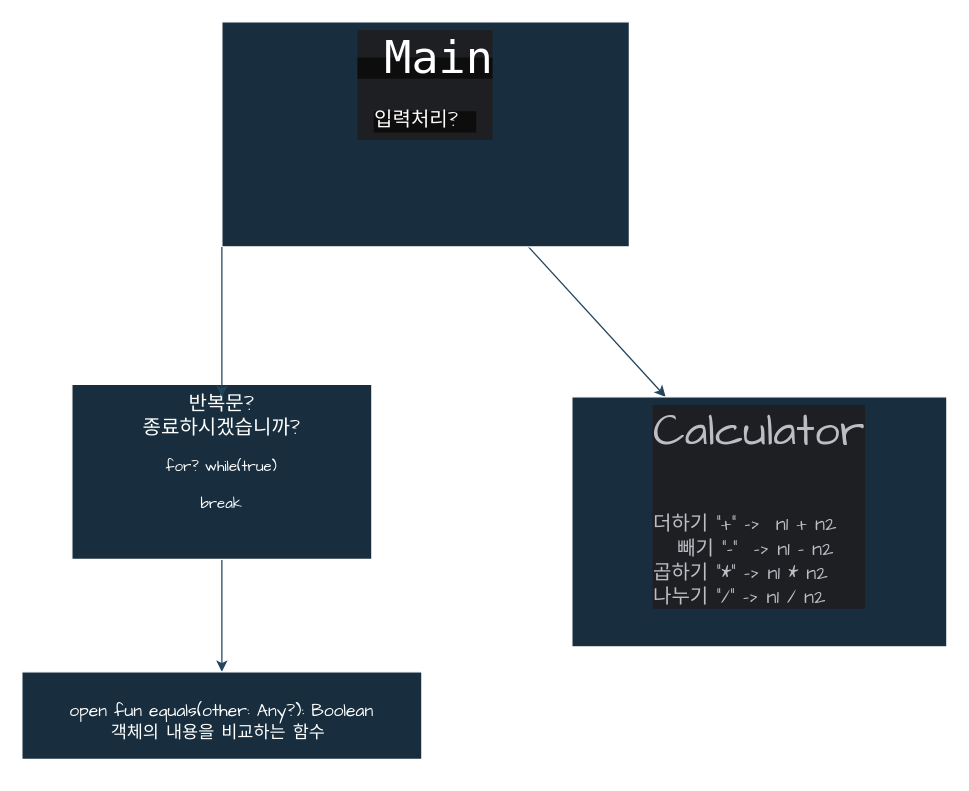
This is 제목 없는 다이어그램.drawio from DanDanjoo/Kotlin-Git, a draw.io file, before an edit. Source tidied: cells renumbered, new cells numbered last; positions are measured from the earlier drawing's top-left corner, leaving out a move shared by most shapes. Both pictures are drawn from the tidied source at 125%, with x=0, y=0 at pixel (21, 21).
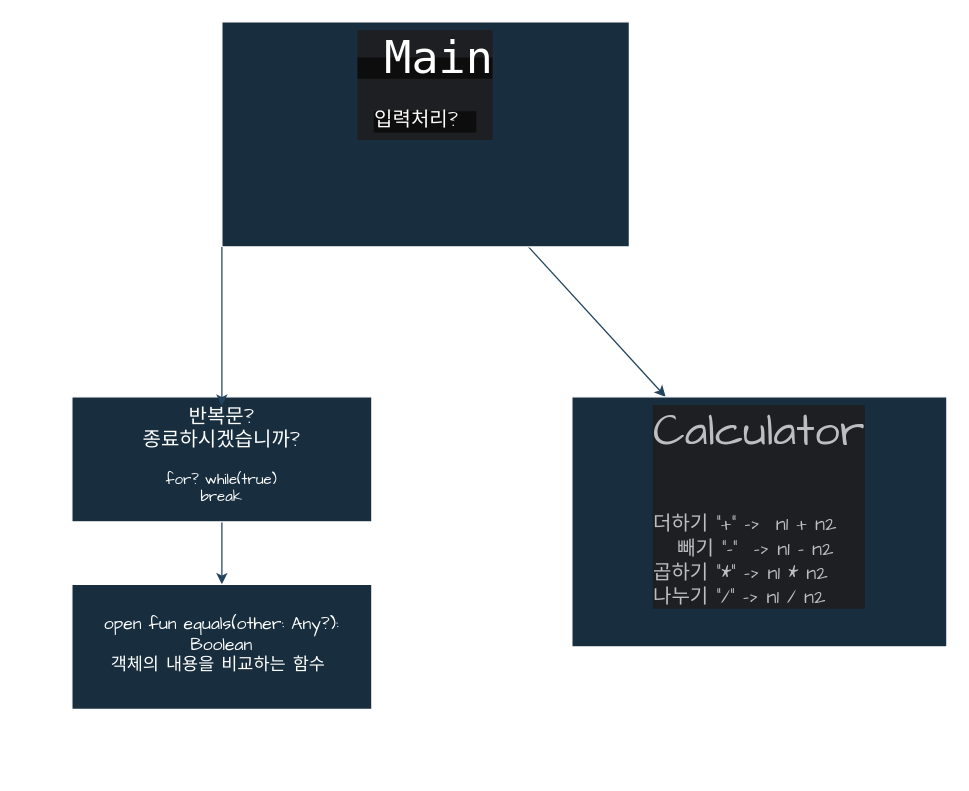
The same diagram, later.

Change to the diagram source:
```diff
@@
 <mxGraphModel>
   <root>
     <mxCell id="0" />
     <mxCell id="1" parent="0" />
     <mxCell id="2" style="edgeStyle=none;rounded=0;jettySize=auto;html=1;entryX=0.25;entryY=0;entryDx=0;entryDy=0;strokeColor=#23445D;" parent="1" edge="1" source="3" target="4">
       <mxGeometry relative="1" as="geometry" />
     </mxCell>
     <mxCell id="3" value="&lt;div style=&quot;background-color:#1e1f22;color:#bcbec4&quot;&gt;&lt;div style=&quot;&quot;&gt;&lt;span style=&quot;color: rgb(255, 255, 255); text-align: left; white-space: pre; background-color: rgb(13, 13, 13);&quot;&gt;&lt;font style=&quot;font-size: 36px;&quot;&gt;&lt;font face=&quot;Söhne Mono, Monaco, Andale Mono, Ubuntu Mono, monospace&quot;&gt; Main&lt;/font&gt;&lt;/font&gt;&lt;/span&gt;&lt;/div&gt;&lt;div style=&quot;&quot;&gt;&lt;span style=&quot;color: rgb(255, 255, 255); text-align: left; white-space: pre; background-color: rgb(13, 13, 13);&quot;&gt;&lt;font style=&quot;&quot;&gt;&lt;font style=&quot;&quot; face=&quot;Comic Sans MS&quot;&gt;&lt;font size=&quot;3&quot;&gt;입력처리?&lt;/font&gt;&lt;span style=&quot;font-size: 36px;&quot;&gt; &lt;/span&gt;&lt;/font&gt;&lt;/font&gt;&lt;/span&gt;&lt;br&gt;&lt;/div&gt;&lt;/div&gt;" style="whiteSpace=wrap;html=1;fillColor=#182E3E;strokeColor=#FFFFFF;align=center;labelBackgroundColor=none;fontColor=#FFFFFF;fontFamily=Comic Sans MS;verticalAlign=top;strokeWidth=1;" parent="1" vertex="1">
       <mxGeometry x="160" width="326" height="180" as="geometry" />
     </mxCell>
     <mxCell id="4" value="&lt;div style=&quot;background-color:#1e1f22;color:#bcbec4&quot;&gt;&lt;div style=&quot;&quot;&gt;&lt;font style=&quot;font-size: 36px;&quot;&gt;Calculator&lt;/font&gt;&lt;/div&gt;&lt;div style=&quot;&quot;&gt;&lt;font style=&quot;font-size: 36px;&quot;&gt;&lt;br&gt;&lt;/font&gt;&lt;/div&gt;&lt;div style=&quot;text-align: left;&quot;&gt;&lt;font size=&quot;3&quot;&gt;더하기 &quot;+&quot; -&amp;gt;&amp;nbsp; n1 + n2&lt;/font&gt;&lt;/div&gt;&lt;div style=&quot;text-align: left;&quot;&gt;&lt;font size=&quot;3&quot;&gt;&amp;nbsp; &amp;nbsp;빼기 &quot;-&quot;&amp;nbsp; -&amp;gt; n1 - n2&lt;/font&gt;&lt;/div&gt;&lt;div style=&quot;text-align: left;&quot;&gt;&lt;font size=&quot;3&quot;&gt;곱하기 &quot;*&quot; -&amp;gt; n1 * n2&lt;/font&gt;&lt;/div&gt;&lt;div style=&quot;text-align: left;&quot;&gt;&lt;font size=&quot;3&quot;&gt;나누기 &quot;/&quot; -&amp;gt; n1 / n2&lt;/font&gt;&lt;/div&gt;&lt;/div&gt;" style="whiteSpace=wrap;html=1;fillColor=#182E3E;strokeColor=#FFFFFF;align=center;labelBackgroundColor=none;fontColor=#FFFFFF;fontFamily=Comic Sans MS;verticalAlign=top;strokeWidth=1;" parent="1" vertex="1">
       <mxGeometry x="440" y="300" width="300" height="200" as="geometry" />
     </mxCell>
     <mxCell id="5" style="edgeStyle=none;rounded=0;jettySize=auto;html=1;exitX=0.5;exitY=1;exitDx=0;exitDy=0;entryX=0.5;entryY=0;entryDx=0;entryDy=0;strokeColor=#23445D;fontFamily=Comic Sans MS;" parent="1" edge="1" source="6" target="7">
       <mxGeometry relative="1" as="geometry" />
     </mxCell>
-    <mxCell id="6" value="&lt;div&gt;&lt;span style=&quot;font-size: medium; background-color: initial;&quot;&gt;반복문?&lt;/span&gt;&lt;br&gt;&lt;/div&gt;&lt;div&gt;&lt;font size=&quot;3&quot;&gt;종료하시겠습니까?&lt;/font&gt;&lt;/div&gt;&lt;div&gt;&lt;br&gt;&lt;/div&gt;&lt;div&gt;for? while(true)&lt;/div&gt;&lt;div&gt;&lt;br&gt;&lt;/div&gt;&lt;div&gt;break&lt;/div&gt;" style="whiteSpace=wrap;html=1;fillColor=#182E3E;strokeColor=#FFFFFF;align=center;labelBackgroundColor=none;fontColor=#FFFFFF;fontFamily=Comic Sans MS;verticalAlign=top;strokeWidth=1;" parent="1" vertex="1">
-      <mxGeometry x="40" y="290" width="240" height="140" as="geometry" />
+    <mxCell id="6" value="&lt;div&gt;&lt;span style=&quot;font-size: medium; background-color: initial;&quot;&gt;반복문?&lt;/span&gt;&lt;br&gt;&lt;/div&gt;&lt;div&gt;&lt;font size=&quot;3&quot;&gt;종료하시겠습니까?&lt;/font&gt;&lt;/div&gt;&lt;div&gt;&lt;br&gt;&lt;/div&gt;&lt;div&gt;for? while(true)&lt;/div&gt;&lt;div&gt;&lt;span style=&quot;background-color: initial;&quot;&gt;break&lt;/span&gt;&lt;br&gt;&lt;/div&gt;" style="whiteSpace=wrap;html=1;fillColor=#182E3E;strokeColor=#FFFFFF;align=center;labelBackgroundColor=none;fontColor=#FFFFFF;fontFamily=Comic Sans MS;verticalAlign=top;strokeWidth=1;" parent="1" vertex="1">
+      <mxGeometry x="40" y="300" width="240" height="100" as="geometry" />
     </mxCell>
     <mxCell id="7" value="&lt;div&gt;&lt;font style=&quot;font-size: 14px;&quot;&gt;&lt;br&gt;&lt;/font&gt;&lt;/div&gt;&lt;div&gt;&lt;font style=&quot;font-size: 14px;&quot;&gt;open fun equals(other: Any?): Boolean&lt;/font&gt;&lt;br&gt;&lt;/div&gt;&lt;div&gt;&lt;font style=&quot;font-size: 14px;&quot;&gt;객체의 내용을 비교하는 함수&amp;nbsp;&lt;/font&gt;&lt;/div&gt;" style="whiteSpace=wrap;html=1;fillColor=#182E3E;strokeColor=#FFFFFF;align=center;labelBackgroundColor=none;fontColor=#FFFFFF;fontFamily=Comic Sans MS;verticalAlign=top;strokeWidth=1;" parent="1" vertex="1">
-      <mxGeometry y="520" width="320" height="70" as="geometry" />
+      <mxGeometry x="40" y="450" width="240" height="100" as="geometry" />
     </mxCell>
     <mxCell id="8" style="edgeStyle=none;rounded=0;orthogonalLoop=1;jettySize=auto;html=1;exitX=1;exitY=1;exitDx=0;exitDy=0;strokeColor=#23445D;fontFamily=Comic Sans MS;" parent="1" edge="1" source="7" target="7">
       <mxGeometry relative="1" as="geometry" />
     </mxCell>
     <mxCell id="9" style="edgeStyle=none;rounded=0;orthogonalLoop=1;jettySize=auto;html=1;exitX=0.5;exitY=1;exitDx=0;exitDy=0;strokeColor=#23445D;fontFamily=Comic Sans MS;" parent="1" edge="1" source="7" target="7">
       <mxGeometry relative="1" as="geometry" />
     </mxCell>
     <mxCell id="10" style="edgeStyle=none;rounded=0;jettySize=auto;html=1;exitX=0;exitY=1;exitDx=0;exitDy=0;entryX=0.5;entryY=0.071;entryDx=0;entryDy=0;entryPerimeter=0;strokeColor=#23445D;fontFamily=Comic Sans MS;" parent="1" edge="1" source="3" target="6">
       <mxGeometry relative="1" as="geometry" />
     </mxCell>
   </root>
 </mxGraphModel>
```
